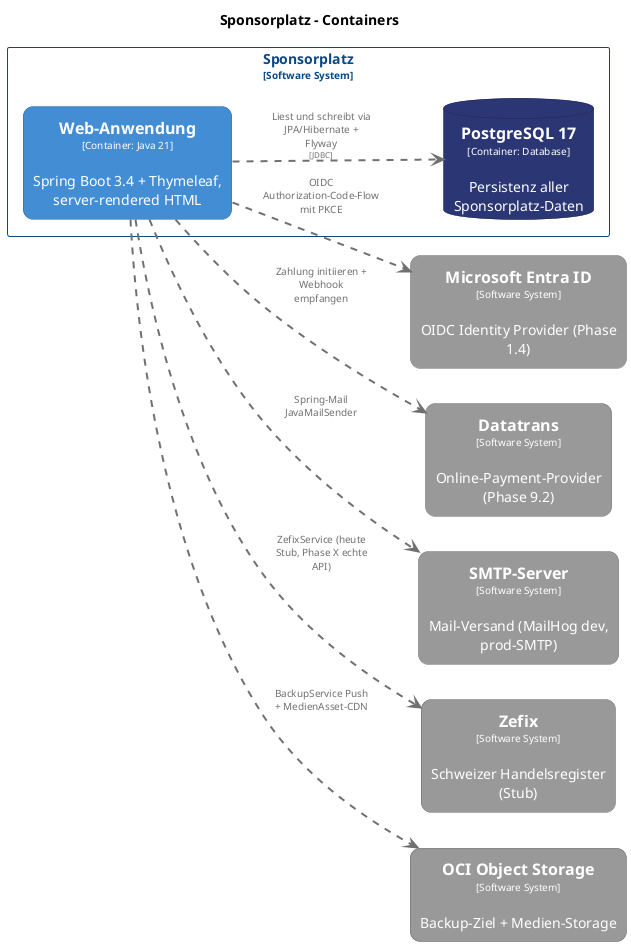
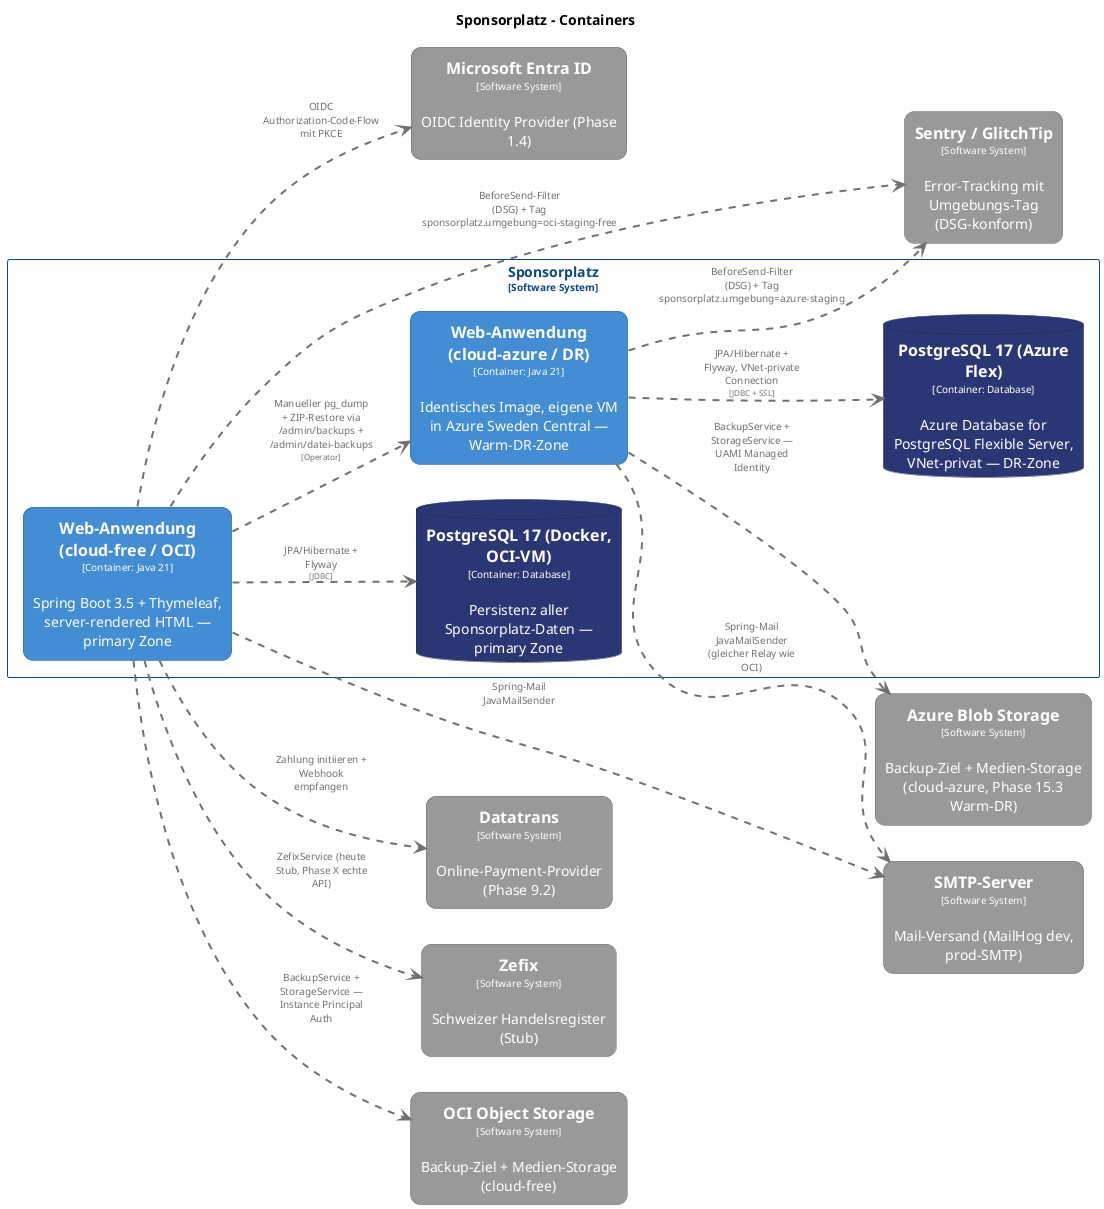
@startuml
set separator none
title Sponsorplatz - Containers

left to right direction

skinparam {
  arrowFontSize 10
  defaultTextAlignment center
  wrapWidth 200
  maxMessageSize 100
}

hide stereotype

+ skinparam rectangle<<AzureBlobStorage>> {
+   BackgroundColor #999999
+   FontColor #ffffff
+   BorderColor #6b6b6b
+   roundCorner 20
+   shadowing false
+ }
skinparam rectangle<<Datatrans>> {
  BackgroundColor #999999
  FontColor #ffffff
  BorderColor #6b6b6b
  roundCorner 20
  shadowing false
}
skinparam rectangle<<MicrosoftEntraID>> {
  BackgroundColor #999999
  FontColor #ffffff
  BorderColor #6b6b6b
  roundCorner 20
  shadowing false
}
skinparam rectangle<<OCIObjectStorage>> {
  BackgroundColor #999999
  FontColor #ffffff
  BorderColor #6b6b6b
  roundCorner 20
  shadowing false
}
- skinparam database<<Sponsorplatz.PostgreSQL17>> {
+ skinparam database<<Sponsorplatz.PostgreSQL17AzureFlex>> {
+   BackgroundColor #2b3674
+   FontColor #ffffff
+   BorderColor #1e2551
+   shadowing false
+ }
+ skinparam database<<Sponsorplatz.PostgreSQL17DockerOCIVM>> {
  BackgroundColor #2b3674
  FontColor #ffffff
  BorderColor #1e2551
  shadowing false
}
skinparam rectangle<<SMTPServer>> {
  BackgroundColor #999999
  FontColor #ffffff
  BorderColor #6b6b6b
  roundCorner 20
  shadowing false
}
- skinparam rectangle<<Sponsorplatz.WebAnwendung>> {
+ skinparam rectangle<<SentryGlitchTip>> {
+   BackgroundColor #999999
+   FontColor #ffffff
+   BorderColor #6b6b6b
+   roundCorner 20
+   shadowing false
+ }
+ skinparam rectangle<<Sponsorplatz.WebAnwendungcloudazureDR>> {
+   BackgroundColor #438dd5
+   FontColor #ffffff
+   BorderColor #2e6295
+   roundCorner 20
+   shadowing false
+ }
+ skinparam rectangle<<Sponsorplatz.WebAnwendungcloudfreeOCI>> {
  BackgroundColor #438dd5
  FontColor #ffffff
  BorderColor #2e6295
  roundCorner 20
  shadowing false
}
skinparam rectangle<<Zefix>> {
  BackgroundColor #999999
  FontColor #ffffff
  BorderColor #6b6b6b
  roundCorner 20
  shadowing false
}
skinparam rectangle<<Sponsorplatz>> {
  BorderColor #0b4884
  FontColor #0b4884
  shadowing false
}

rectangle "==Microsoft Entra ID\n<size:10>[Software System]</size>\n\nOIDC Identity Provider (Phase 1.4)" <<MicrosoftEntraID>> as MicrosoftEntraID
rectangle "==Datatrans\n<size:10>[Software System]</size>\n\nOnline-Payment-Provider (Phase 9.2)" <<Datatrans>> as Datatrans
rectangle "==SMTP-Server\n<size:10>[Software System]</size>\n\nMail-Versand (MailHog dev, prod-SMTP)" <<SMTPServer>> as SMTPServer
rectangle "==Zefix\n<size:10>[Software System]</size>\n\nSchweizer Handelsregister (Stub)" <<Zefix>> as Zefix
- rectangle "==OCI Object Storage\n<size:10>[Software System]</size>\n\nBackup-Ziel + Medien-Storage" <<OCIObjectStorage>> as OCIObjectStorage
+ rectangle "==OCI Object Storage\n<size:10>[Software System]</size>\n\nBackup-Ziel + Medien-Storage (cloud-free)" <<OCIObjectStorage>> as OCIObjectStorage
+ rectangle "==Azure Blob Storage\n<size:10>[Software System]</size>\n\nBackup-Ziel + Medien-Storage (cloud-azure, Phase 15.3 Warm-DR)" <<AzureBlobStorage>> as AzureBlobStorage
+ rectangle "==Sentry / GlitchTip\n<size:10>[Software System]</size>\n\nError-Tracking mit Umgebungs-Tag (DSG-konform)" <<SentryGlitchTip>> as SentryGlitchTip

rectangle "Sponsorplatz\n<size:10>[Software System]</size>" <<Sponsorplatz>> {
-   rectangle "==Web-Anwendung\n<size:10>[Container: Java 21]</size>\n\nSpring Boot 3.4 + Thymeleaf, server-rendered HTML" <<Sponsorplatz.WebAnwendung>> as Sponsorplatz.WebAnwendung
-   database "==PostgreSQL 17\n<size:10>[Container: Database]</size>\n\nPersistenz aller Sponsorplatz-Daten" <<Sponsorplatz.PostgreSQL17>> as Sponsorplatz.PostgreSQL17
+   rectangle "==Web-Anwendung (cloud-free / OCI)\n<size:10>[Container: Java 21]</size>\n\nSpring Boot 3.5 + Thymeleaf, server-rendered HTML — primary Zone" <<Sponsorplatz.WebAnwendungcloudfreeOCI>> as Sponsorplatz.WebAnwendungcloudfreeOCI
+   database "==PostgreSQL 17 (Docker, OCI-VM)\n<size:10>[Container: Database]</size>\n\nPersistenz aller Sponsorplatz-Daten — primary Zone" <<Sponsorplatz.PostgreSQL17DockerOCIVM>> as Sponsorplatz.PostgreSQL17DockerOCIVM
+   rectangle "==Web-Anwendung (cloud-azure / DR)\n<size:10>[Container: Java 21]</size>\n\nIdentisches Image, eigene VM in Azure Sweden Central — Warm-DR-Zone" <<Sponsorplatz.WebAnwendungcloudazureDR>> as Sponsorplatz.WebAnwendungcloudazureDR
+   database "==PostgreSQL 17 (Azure Flex)\n<size:10>[Container: Database]</size>\n\nAzure Database for PostgreSQL Flexible Server, VNet-privat — DR-Zone" <<Sponsorplatz.PostgreSQL17AzureFlex>> as Sponsorplatz.PostgreSQL17AzureFlex
}

- Sponsorplatz.WebAnwendung .[#707070,thickness=2].> Sponsorplatz.PostgreSQL17 : "<color:#707070>Liest und schreibt via JPA/Hibernate + Flyway\n<color:#707070><size:8>[JDBC]</size>"
- Sponsorplatz.WebAnwendung .[#707070,thickness=2].> MicrosoftEntraID : "<color:#707070>OIDC Authorization-Code-Flow mit PKCE"
- Sponsorplatz.WebAnwendung .[#707070,thickness=2].> Datatrans : "<color:#707070>Zahlung initiieren + Webhook empfangen"
- Sponsorplatz.WebAnwendung .[#707070,thickness=2].> SMTPServer : "<color:#707070>Spring-Mail JavaMailSender"
- Sponsorplatz.WebAnwendung .[#707070,thickness=2].> Zefix : "<color:#707070>ZefixService (heute Stub, Phase X echte API)"
- Sponsorplatz.WebAnwendung .[#707070,thickness=2].> OCIObjectStorage : "<color:#707070>BackupService Push + MedienAsset-CDN"
+ Sponsorplatz.WebAnwendungcloudfreeOCI .[#707070,thickness=2].> Sponsorplatz.PostgreSQL17DockerOCIVM : "<color:#707070>JPA/Hibernate + Flyway\n<color:#707070><size:8>[JDBC]</size>"
+ Sponsorplatz.WebAnwendungcloudfreeOCI .[#707070,thickness=2].> MicrosoftEntraID : "<color:#707070>OIDC Authorization-Code-Flow mit PKCE"
+ Sponsorplatz.WebAnwendungcloudfreeOCI .[#707070,thickness=2].> Datatrans : "<color:#707070>Zahlung initiieren + Webhook empfangen"
+ Sponsorplatz.WebAnwendungcloudfreeOCI .[#707070,thickness=2].> SMTPServer : "<color:#707070>Spring-Mail JavaMailSender"
+ Sponsorplatz.WebAnwendungcloudfreeOCI .[#707070,thickness=2].> Zefix : "<color:#707070>ZefixService (heute Stub, Phase X echte API)"
+ Sponsorplatz.WebAnwendungcloudfreeOCI .[#707070,thickness=2].> OCIObjectStorage : "<color:#707070>BackupService + StorageService — Instance Principal Auth"
+ Sponsorplatz.WebAnwendungcloudfreeOCI .[#707070,thickness=2].> SentryGlitchTip : "<color:#707070>BeforeSend-Filter (DSG) + Tag sponsorplatz.umgebung=oci-staging-free"
+ Sponsorplatz.WebAnwendungcloudazureDR .[#707070,thickness=2].> Sponsorplatz.PostgreSQL17AzureFlex : "<color:#707070>JPA/Hibernate + Flyway, VNet-private Connection\n<color:#707070><size:8>[JDBC + SSL]</size>"
+ Sponsorplatz.WebAnwendungcloudazureDR .[#707070,thickness=2].> AzureBlobStorage : "<color:#707070>BackupService + StorageService — UAMI Managed Identity"
+ Sponsorplatz.WebAnwendungcloudazureDR .[#707070,thickness=2].> SMTPServer : "<color:#707070>Spring-Mail JavaMailSender (gleicher Relay wie OCI)"
+ Sponsorplatz.WebAnwendungcloudazureDR .[#707070,thickness=2].> SentryGlitchTip : "<color:#707070>BeforeSend-Filter (DSG) + Tag sponsorplatz.umgebung=azure-staging"
+ Sponsorplatz.WebAnwendungcloudfreeOCI .[#707070,thickness=2].> Sponsorplatz.WebAnwendungcloudazureDR : "<color:#707070>Manueller pg_dump + ZIP-Restore via /admin/backups + /admin/datei-backups\n<color:#707070><size:8>[Operator]</size>"
@enduml